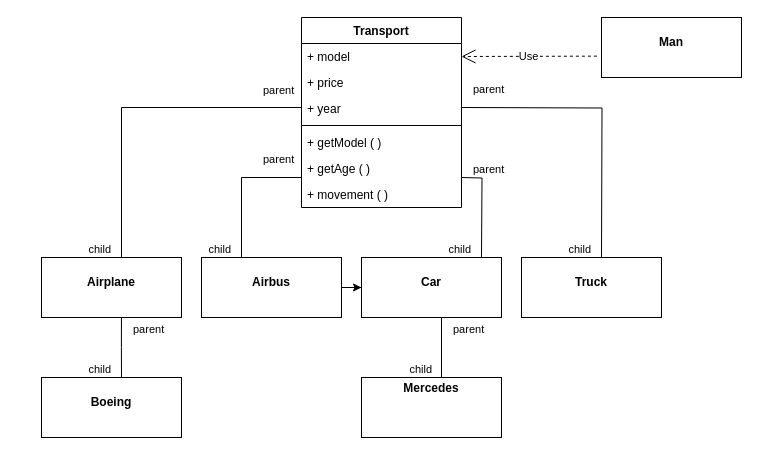
Before: InheritanceTask-6.drawio in MikaelaMacari/js_learning, a draw.io diagram. Source tidied: cells renumbered, new cells numbered last; positions are measured from the earlier drawing's top-left corner, leaving out a move shared by most shapes. Both pictures are drawn from the tidied source at 100%, with x=0, y=0 at pixel (41, 17).
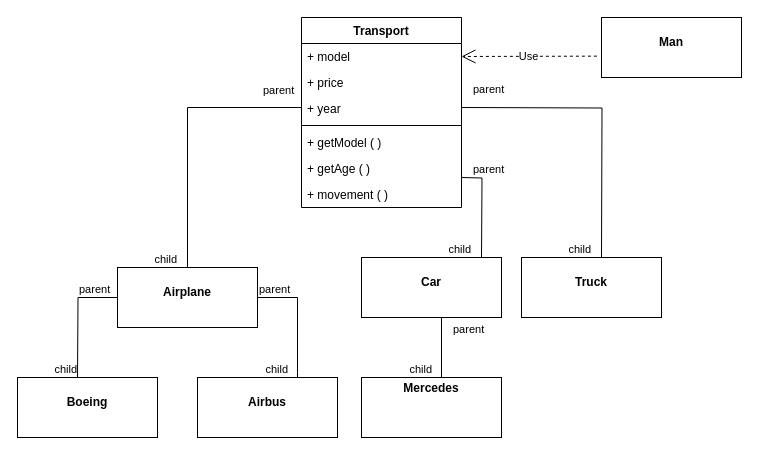
Above is the later version.

The change refers to these unchanged cells:
```xml
<mxCell id="5" value="+ year" style="text;strokeColor=none;fillColor=none;align=left;verticalAlign=top;spacingLeft=4;spacingRight=4;overflow=hidden;points=[[0,0.5],[1,0.5]];portConstraint=eastwest;" parent="2" vertex="1">
  <mxGeometry y="78" width="160" height="26" as="geometry" />
</mxCell>
<mxCell id="13" value="&lt;p style=&quot;margin:0px;margin-top:4px;text-align:center;&quot;&gt;&lt;br&gt;&lt;b&gt;Car&lt;/b&gt;&lt;/p&gt;&lt;p style=&quot;margin:0px;margin-top:4px;text-align:center;&quot;&gt;&lt;b&gt;&lt;br&gt;&lt;/b&gt;&lt;/p&gt;" style="verticalAlign=top;align=left;overflow=fill;fontSize=12;fontFamily=Helvetica;html=1;" parent="1" vertex="1">
  <mxGeometry x="320" y="240" width="140" height="60" as="geometry" />
</mxCell>
```

What changed in the source:
```diff
@@
     <mxCell id="10" value="&lt;p style=&quot;margin:0px;margin-top:4px;text-align:center;&quot;&gt;&lt;br&gt;&lt;b&gt;Airplane&lt;/b&gt;&lt;/p&gt;&lt;p style=&quot;margin:0px;margin-top:4px;text-align:center;&quot;&gt;&lt;b&gt;&lt;br&gt;&lt;/b&gt;&lt;/p&gt;" style="verticalAlign=top;align=left;overflow=fill;fontSize=12;fontFamily=Helvetica;html=1;" parent="1" vertex="1">
-      <mxGeometry y="240" width="140" height="60" as="geometry" />
+      <mxGeometry x="76" y="250" width="140" height="60" as="geometry" />
     </mxCell>
-    <mxCell id="11" style="edgeStyle=orthogonalEdgeStyle;rounded=0;jettySize=auto;html=1;" parent="1" edge="1" source="12" target="13">
-      <mxGeometry relative="1" as="geometry" />
-    </mxCell>
     <mxCell id="12" value="&lt;p style=&quot;margin:0px;margin-top:4px;text-align:center;&quot;&gt;&lt;br&gt;&lt;b&gt;Airbus&lt;/b&gt;&lt;/p&gt;&lt;p style=&quot;margin:0px;margin-top:4px;text-align:center;&quot;&gt;&lt;b&gt;&lt;br&gt;&lt;/b&gt;&lt;/p&gt;" style="verticalAlign=top;align=left;overflow=fill;fontSize=12;fontFamily=Helvetica;html=1;" parent="1" vertex="1">
-      <mxGeometry x="160" y="240" width="140" height="60" as="geometry" />
+      <mxGeometry x="156" y="360" width="140" height="60" as="geometry" />
     </mxCell>
@@
     <mxCell id="15" value="&lt;p style=&quot;margin:0px;margin-top:4px;text-align:center;&quot;&gt;&lt;br&gt;&lt;b&gt;Boeing&lt;/b&gt;&lt;/p&gt;&lt;p style=&quot;margin:0px;margin-top:4px;text-align:center;&quot;&gt;&lt;b&gt;&lt;br&gt;&lt;/b&gt;&lt;/p&gt;" style="verticalAlign=top;align=left;overflow=fill;fontSize=12;fontFamily=Helvetica;html=1;" parent="1" vertex="1">
-      <mxGeometry y="360" width="140" height="60" as="geometry" />
+      <mxGeometry x="-24" y="360" width="140" height="60" as="geometry" />
     </mxCell>
@@
     <mxCell id="18" style="endArrow=none;html=1;edgeStyle=orthogonalEdgeStyle;rounded=0;entryX=0.5;entryY=0;entryDx=0;entryDy=0;exitX=0;exitY=0.5;exitDx=0;exitDy=0;" parent="1" edge="1" source="5" target="10">
       <mxGeometry relative="1" as="geometry">
         <Array as="points">
-          <mxPoint x="260" y="90" />
-          <mxPoint x="80" y="90" />
-          <mxPoint x="80" y="240" />
+          <mxPoint x="146" y="90" />
         </Array>
       </mxGeometry>
     </mxCell>
@@
     <mxCell id="20" value="child" style="edgeLabel;html=1;align=right;verticalAlign=bottom;" parent="18" vertex="1">
-      <mxGeometry x="1" relative="1" as="geometry" />
+      <mxGeometry x="1" relative="1" as="geometry">
+        <mxPoint x="-10" as="offset" />
+      </mxGeometry>
     </mxCell>
@@
-    <mxCell id="24" style="endArrow=none;html=1;edgeStyle=orthogonalEdgeStyle;rounded=0;" parent="1" edge="1">
-      <mxGeometry relative="1" as="geometry">
-        <mxPoint x="260" y="160" as="sourcePoint" />
-        <mxPoint x="200" y="240" as="targetPoint" />
-        <Array as="points">
-          <mxPoint x="200" y="160" />
-        </Array>
-      </mxGeometry>
-    </mxCell>
-    <mxCell id="25" value="parent" style="edgeLabel;html=1;align=left;verticalAlign=bottom;" parent="24" vertex="1">
-      <mxGeometry x="-1" relative="1" as="geometry">
-        <mxPoint x="-40" y="-10" as="offset" />
-      </mxGeometry>
-    </mxCell>
-    <mxCell id="26" value="child" style="edgeLabel;html=1;align=right;verticalAlign=bottom;" parent="24" vertex="1">
-      <mxGeometry x="1" relative="1" as="geometry">
-        <mxPoint x="-10" as="offset" />
-      </mxGeometry>
-    </mxCell>
@@
-    <mxCell id="30" style="endArrow=none;html=1;edgeStyle=orthogonalEdgeStyle;rounded=0;exitX=0.571;exitY=1;exitDx=0;exitDy=0;exitPerimeter=0;" parent="1" edge="1" source="10">
-      <mxGeometry relative="1" as="geometry">
-        <mxPoint x="80" y="360" as="targetPoint" />
-      </mxGeometry>
-    </mxCell>
-    <mxCell id="31" value="parent" style="edgeLabel;html=1;align=left;verticalAlign=bottom;" parent="30" vertex="1">
-      <mxGeometry x="-1" relative="1" as="geometry">
-        <mxPoint x="10" y="20" as="offset" />
-      </mxGeometry>
-    </mxCell>
-    <mxCell id="32" value="child" style="edgeLabel;html=1;align=right;verticalAlign=bottom;" parent="30" vertex="1">
-      <mxGeometry x="1" relative="1" as="geometry">
-        <mxPoint x="-10" as="offset" />
-      </mxGeometry>
-    </mxCell>
@@
+    <mxCell id="37" style="endArrow=none;html=1;edgeStyle=orthogonalEdgeStyle;rounded=0;" parent="1" edge="1" source="10">
+      <mxGeometry relative="1" as="geometry">
+        <mxPoint x="256" y="360" as="targetPoint" />
+        <Array as="points">
+          <mxPoint x="256" y="280" />
+          <mxPoint x="256" y="355" />
+        </Array>
+      </mxGeometry>
+    </mxCell>
+    <mxCell id="38" value="parent" style="edgeLabel;html=1;align=left;verticalAlign=bottom;" parent="37" vertex="1">
+      <mxGeometry x="-1" relative="1" as="geometry" />
+    </mxCell>
+    <mxCell id="39" value="child" style="edgeLabel;html=1;align=right;verticalAlign=bottom;" parent="37" vertex="1">
+      <mxGeometry x="1" relative="1" as="geometry">
+        <mxPoint x="-9" as="offset" />
+      </mxGeometry>
+    </mxCell>
+    <mxCell id="40" style="endArrow=none;html=1;edgeStyle=orthogonalEdgeStyle;rounded=0;exitX=0;exitY=0.5;exitDx=0;exitDy=0;" parent="1" edge="1" source="10">
+      <mxGeometry relative="1" as="geometry">
+        <mxPoint x="36" y="360" as="targetPoint" />
+      </mxGeometry>
+    </mxCell>
+    <mxCell id="41" value="parent" style="edgeLabel;html=1;align=left;verticalAlign=bottom;" parent="40" vertex="1">
+      <mxGeometry x="-1" relative="1" as="geometry">
+        <mxPoint x="-40" as="offset" />
+      </mxGeometry>
+    </mxCell>
+    <mxCell id="42" value="child" style="edgeLabel;html=1;align=right;verticalAlign=bottom;" parent="40" vertex="1">
+      <mxGeometry x="1" relative="1" as="geometry" />
+    </mxCell>
```
